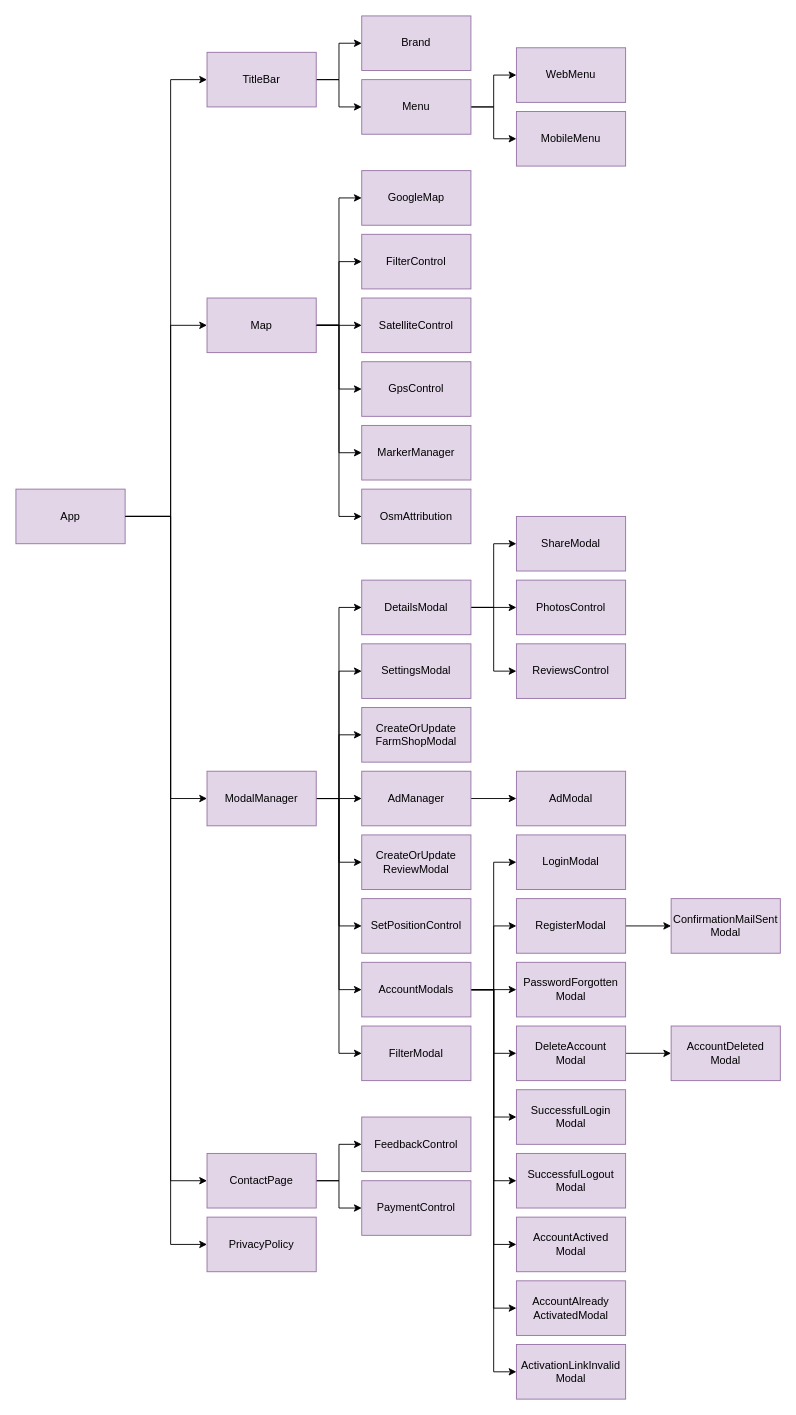
Before: page "front-end" (6 of 6) of _images/architecture.drawio in gartenkralle/geolocation-services-doc, a draw.io diagram. Source tidied: cells renumbered, new cells numbered last; positions are measured from the earlier drawing's top-left corner, leaving out a move shared by most shapes. Both pictures are drawn from the tidied source at 91%, with x=0, y=0 at pixel (15, 15).
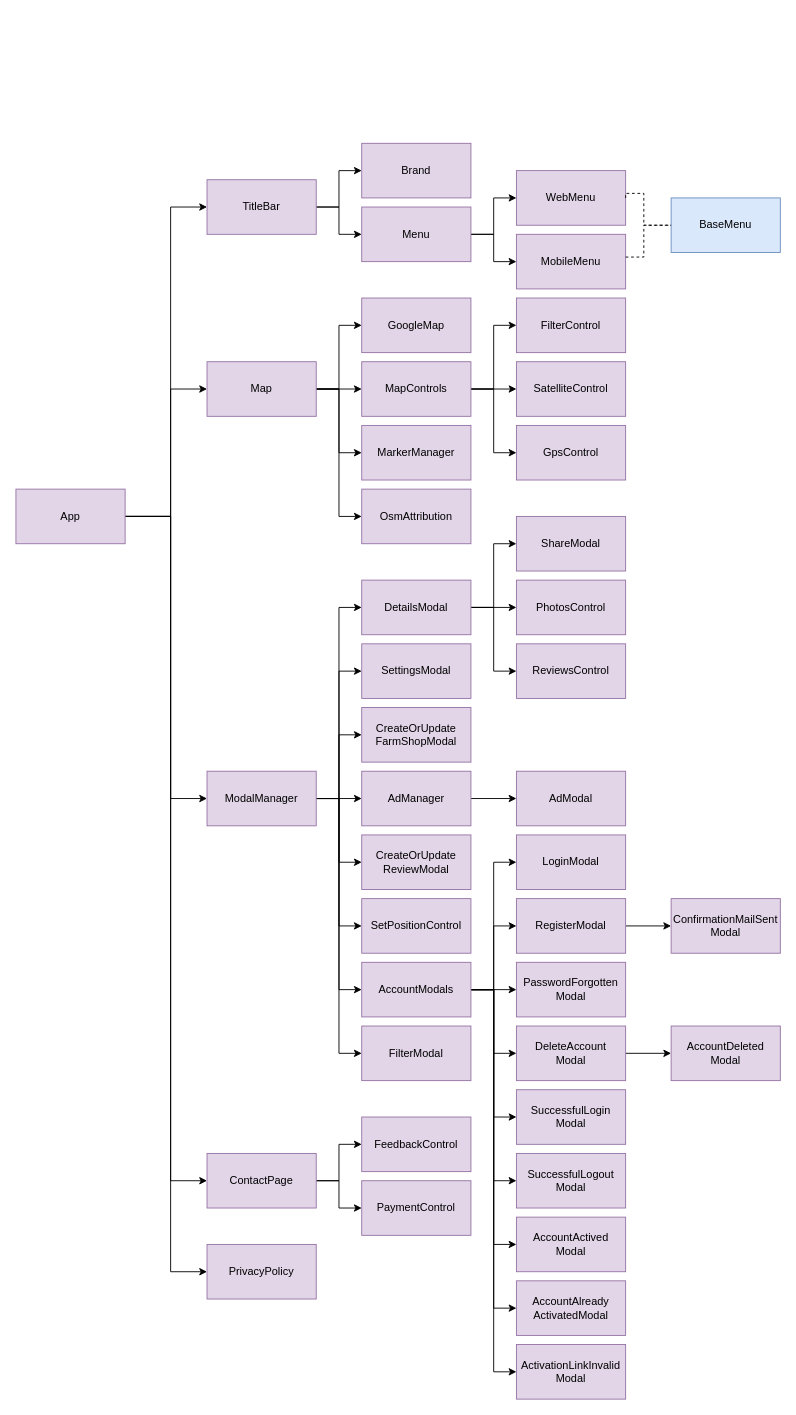
Above is the later version.

Commit message (it also covers changes not shown here):
update front end diagram

The change refers to these unchanged cells:
```xml
<mxCell id="6" value="App" style="rounded=0;whiteSpace=wrap;html=1;fillColor=#e1d5e7;strokeColor=#9673a6;" parent="1" vertex="1">
  <mxGeometry y="520" width="120" height="60" as="geometry" />
</mxCell>
```

Diff of the diagram source:
```diff
@@
-    <mxCell id="2" style="edgeStyle=orthogonalEdgeStyle;rounded=0;jettySize=auto;html=1;entryX=0;entryY=0.5;entryDx=0;entryDy=0;" parent="1" edge="1" source="6" target="15">
-      <mxGeometry relative="1" as="geometry">
-        <Array as="points">
-          <mxPoint x="170" y="550" />
-          <mxPoint x="170" y="340" />
-        </Array>
-      </mxGeometry>
-    </mxCell>
@@
     <mxCell id="5" style="edgeStyle=orthogonalEdgeStyle;rounded=0;jettySize=auto;html=1;entryX=0;entryY=0.5;entryDx=0;entryDy=0;" parent="1" edge="1" source="6" target="82">
       <mxGeometry relative="1" as="geometry">
         <Array as="points">
           <mxPoint x="170" y="550" />
-          <mxPoint x="170" y="1350" />
+          <mxPoint x="170" y="1380" />
         </Array>
       </mxGeometry>
     </mxCell>
+    <mxCell id="2" style="edgeStyle=orthogonalEdgeStyle;rounded=0;jettySize=auto;html=1;entryX=0;entryY=0.5;entryDx=0;entryDy=0;" parent="1" edge="1" source="6" target="15">
+      <mxGeometry relative="1" as="geometry">
+        <Array as="points">
+          <mxPoint x="170" y="550" />
+          <mxPoint x="170" y="410" />
+        </Array>
+      </mxGeometry>
+    </mxCell>
+    <mxCell id="43" style="edgeStyle=orthogonalEdgeStyle;rounded=0;jettySize=auto;html=1;entryX=0;entryY=0.5;entryDx=0;entryDy=0;" parent="1" edge="1" source="6" target="41">
+      <mxGeometry relative="1" as="geometry">
+        <Array as="points">
+          <mxPoint x="170" y="550" />
+          <mxPoint x="170" y="210" />
+        </Array>
+      </mxGeometry>
+    </mxCell>
@@
-    <mxCell id="7" style="edgeStyle=orthogonalEdgeStyle;rounded=0;jettySize=auto;html=1;entryX=0;entryY=0.5;entryDx=0;entryDy=0;" parent="1" edge="1" source="9" target="78">
-      <mxGeometry relative="1" as="geometry" />
-    </mxCell>
-    <mxCell id="8" style="edgeStyle=orthogonalEdgeStyle;rounded=0;jettySize=auto;html=1;entryX=0;entryY=0.5;entryDx=0;entryDy=0;" parent="1" edge="1" source="9" target="79">
-      <mxGeometry relative="1" as="geometry" />
-    </mxCell>
-    <mxCell id="9" value="Menu" style="rounded=0;whiteSpace=wrap;html=1;fillColor=#e1d5e7;strokeColor=#9673a6;" parent="1" vertex="1">
-      <mxGeometry x="380" y="70" width="120" height="60" as="geometry" />
-    </mxCell>
@@
-    <mxCell id="11" style="edgeStyle=orthogonalEdgeStyle;rounded=0;jettySize=auto;html=1;entryX=0;entryY=0.5;entryDx=0;entryDy=0;" parent="1" edge="1" source="15" target="31">
-      <mxGeometry relative="1" as="geometry" />
-    </mxCell>
-    <mxCell id="12" style="edgeStyle=orthogonalEdgeStyle;rounded=0;jettySize=auto;html=1;entryX=0;entryY=0.5;entryDx=0;entryDy=0;" parent="1" edge="1" source="15" target="32">
-      <mxGeometry relative="1" as="geometry" />
-    </mxCell>
@@
+    <mxCell id="83" style="edgeStyle=orthogonalEdgeStyle;rounded=0;jettySize=auto;html=1;entryX=0;entryY=0.5;entryDx=0;entryDy=0;" parent="1" edge="1" source="15" target="87">
+      <mxGeometry relative="1" as="geometry" />
+    </mxCell>
     <mxCell id="15" value="Map" style="rounded=0;whiteSpace=wrap;html=1;fillColor=#e1d5e7;strokeColor=#9673a6;" parent="1" vertex="1">
-      <mxGeometry x="210" y="310" width="120" height="60" as="geometry" />
+      <mxGeometry x="210" y="380" width="120" height="60" as="geometry" />
     </mxCell>
@@
     <mxCell id="29" value="GoogleMap" style="rounded=0;whiteSpace=wrap;html=1;fillColor=#e1d5e7;strokeColor=#9673a6;" parent="1" vertex="1">
-      <mxGeometry x="380" y="170" width="120" height="60" as="geometry" />
+      <mxGeometry x="380" y="310" width="120" height="60" as="geometry" />
     </mxCell>
     <mxCell id="30" value="FilterControl" style="rounded=0;whiteSpace=wrap;html=1;fillColor=#e1d5e7;strokeColor=#9673a6;" parent="1" vertex="1">
-      <mxGeometry x="380" y="240" width="120" height="60" as="geometry" />
+      <mxGeometry x="550" y="310" width="120" height="60" as="geometry" />
     </mxCell>
     <mxCell id="31" value="SatelliteControl" style="rounded=0;whiteSpace=wrap;html=1;fillColor=#e1d5e7;strokeColor=#9673a6;" parent="1" vertex="1">
-      <mxGeometry x="380" y="310" width="120" height="60" as="geometry" />
+      <mxGeometry x="550" y="380" width="120" height="60" as="geometry" />
     </mxCell>
     <mxCell id="32" value="GpsControl" style="rounded=0;whiteSpace=wrap;html=1;fillColor=#e1d5e7;strokeColor=#9673a6;" parent="1" vertex="1">
-      <mxGeometry x="380" y="380" width="120" height="60" as="geometry" />
+      <mxGeometry x="550" y="450" width="120" height="60" as="geometry" />
     </mxCell>
@@
-    <mxCell id="40" style="edgeStyle=orthogonalEdgeStyle;rounded=0;jettySize=auto;html=1;entryX=0;entryY=0.5;entryDx=0;entryDy=0;" parent="1" edge="1" source="41" target="9">
+    <mxCell id="40" style="edgeStyle=orthogonalEdgeStyle;rounded=0;jettySize=auto;html=1;" parent="1" edge="1" source="41" target="9">
       <mxGeometry relative="1" as="geometry" />
     </mxCell>
     <mxCell id="41" value="TitleBar" style="rounded=0;whiteSpace=wrap;html=1;fillColor=#e1d5e7;strokeColor=#9673a6;" parent="1" vertex="1">
-      <mxGeometry x="210" y="40" width="120" height="60" as="geometry" />
+      <mxGeometry x="210" y="180" width="120" height="60" as="geometry" />
     </mxCell>
     <mxCell id="42" value="Brand" style="rounded=0;whiteSpace=wrap;html=1;fillColor=#e1d5e7;strokeColor=#9673a6;" parent="1" vertex="1">
-      <mxGeometry x="380" width="120" height="60" as="geometry" />
+      <mxGeometry x="380" y="140" width="120" height="60" as="geometry" />
     </mxCell>
-    <mxCell id="43" style="endArrow=classic;html=1;rounded=0;exitX=1;exitY=0.5;exitDx=0;exitDy=0;entryX=0;entryY=0.5;entryDx=0;entryDy=0;" parent="1" edge="1" source="6" target="41">
-      <mxGeometry relative="1" as="geometry">
-        <Array as="points">
-          <mxPoint x="170" y="550" />
-          <mxPoint x="170" y="310" />
-          <mxPoint x="170" y="70" />
-        </Array>
-      </mxGeometry>
-    </mxCell>
-    <mxCell id="44" style="edgeStyle=orthogonalEdgeStyle;rounded=0;jettySize=auto;html=1;entryX=0;entryY=0.5;entryDx=0;entryDy=0;" parent="1" edge="1" source="15" target="30">
-      <mxGeometry relative="1" as="geometry" />
-    </mxCell>
@@
     <mxCell id="78" value="WebMenu" style="rounded=0;whiteSpace=wrap;html=1;fillColor=#e1d5e7;strokeColor=#9673a6;" parent="1" vertex="1">
-      <mxGeometry x="550" y="35" width="120" height="60" as="geometry" />
+      <mxGeometry x="550" y="170" width="120" height="60" as="geometry" />
     </mxCell>
     <mxCell id="79" value="MobileMenu" style="rounded=0;whiteSpace=wrap;html=1;fillColor=#e1d5e7;strokeColor=#9673a6;" parent="1" vertex="1">
-      <mxGeometry x="550" y="105" width="120" height="60" as="geometry" />
+      <mxGeometry x="550" y="240" width="120" height="60" as="geometry" />
     </mxCell>
@@
     <mxCell id="82" value="PrivacyPolicy" style="rounded=0;whiteSpace=wrap;html=1;fillColor=#e1d5e7;strokeColor=#9673a6;" parent="1" vertex="1">
-      <mxGeometry x="210" y="1320" width="120" height="60" as="geometry" />
+      <mxGeometry x="210" y="1350" width="120" height="60" as="geometry" />
     </mxCell>
+    <mxCell id="84" style="edgeStyle=orthogonalEdgeStyle;rounded=0;jettySize=auto;html=1;entryX=0;entryY=0.5;entryDx=0;entryDy=0;" parent="1" edge="1" source="87" target="30">
+      <mxGeometry relative="1" as="geometry" />
+    </mxCell>
+    <mxCell id="85" style="edgeStyle=orthogonalEdgeStyle;rounded=0;jettySize=auto;html=1;entryX=0;entryY=0.5;entryDx=0;entryDy=0;" parent="1" edge="1" source="87" target="31">
+      <mxGeometry relative="1" as="geometry" />
+    </mxCell>
+    <mxCell id="86" style="edgeStyle=orthogonalEdgeStyle;rounded=0;jettySize=auto;html=1;entryX=0;entryY=0.5;entryDx=0;entryDy=0;" parent="1" edge="1" source="87" target="32">
+      <mxGeometry relative="1" as="geometry" />
+    </mxCell>
+    <mxCell id="87" value="MapControls" style="rounded=0;whiteSpace=wrap;html=1;fillColor=#e1d5e7;strokeColor=#9673a6;" parent="1" vertex="1">
+      <mxGeometry x="380" y="380" width="120" height="60" as="geometry" />
+    </mxCell>
+    <mxCell id="7" style="edgeStyle=orthogonalEdgeStyle;rounded=0;jettySize=auto;html=1;entryX=0;entryY=0.5;entryDx=0;entryDy=0;" parent="1" edge="1" source="9" target="78">
+      <mxGeometry relative="1" as="geometry" />
+    </mxCell>
+    <mxCell id="8" style="edgeStyle=orthogonalEdgeStyle;rounded=0;jettySize=auto;html=1;entryX=0;entryY=0.5;entryDx=0;entryDy=0;" parent="1" edge="1" source="9" target="79">
+      <mxGeometry relative="1" as="geometry" />
+    </mxCell>
+    <mxCell id="9" value="Menu" style="rounded=0;whiteSpace=wrap;html=1;fillColor=#e1d5e7;strokeColor=#9673a6;" parent="1" vertex="1">
+      <mxGeometry x="380" y="210" width="120" height="60" as="geometry" />
+    </mxCell>
+    <mxCell id="88" value="BaseMenu" style="rounded=0;whiteSpace=wrap;html=1;fillColor=#dae8fc;strokeColor=#6c8ebf;" parent="1" vertex="1">
+      <mxGeometry x="720" y="200" width="120" height="60" as="geometry" />
+    </mxCell>
+    <mxCell id="89" style="endArrow=none;dashed=1;html=1;rounded=0;exitX=1;exitY=0.5;exitDx=0;exitDy=0;entryX=0;entryY=0.5;entryDx=0;entryDy=0;edgeStyle=orthogonalEdgeStyle;" parent="1" edge="1" source="78" target="88">
+      <mxGeometry relative="1" as="geometry">
+        <Array as="points">
+          <mxPoint x="690" y="195" />
+          <mxPoint x="690" y="230" />
+        </Array>
+      </mxGeometry>
+    </mxCell>
+    <mxCell id="90" style="endArrow=none;dashed=1;html=1;rounded=0;entryX=0;entryY=0.5;entryDx=0;entryDy=0;edgeStyle=orthogonalEdgeStyle;" parent="1" edge="1" source="79" target="88">
+      <mxGeometry relative="1" as="geometry">
+        <Array as="points">
+          <mxPoint x="690" y="265" />
+          <mxPoint x="690" y="230" />
+        </Array>
+      </mxGeometry>
+    </mxCell>
```
